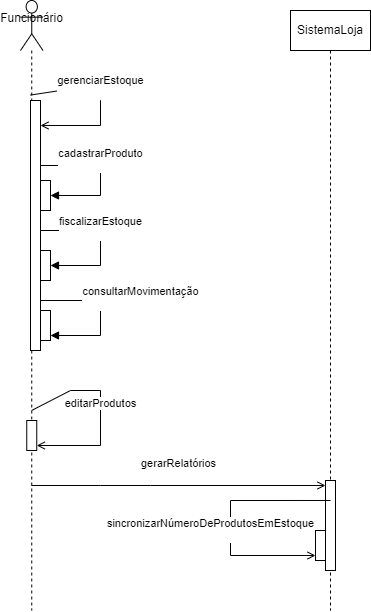
Before: Diagrama de sequência estoque.drawio.png, a diagram exported from draw.io (Zaibam/Desenvolvimento-De-Sistemas-1). Source tidied: cells renumbered, new cells last; positions are measured from the earlier drawing's top-left corner, leaving out a move shared by most shapes.
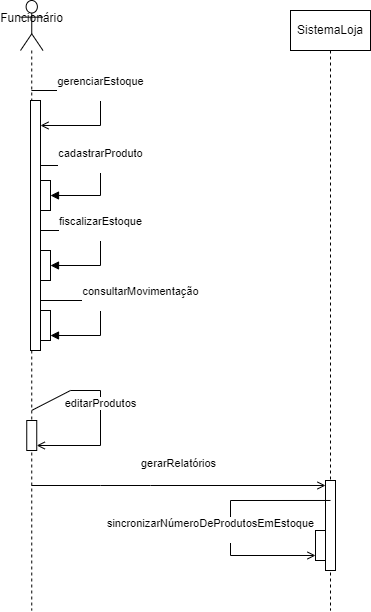
The same file after the commit.

The edit, as a diff of the source:
```diff
@@ -70,10 +70,9 @@
         </Array>
       </mxGeometry>
     </mxCell>
-    <mxCell id="14" value="gerenciarEstoque&lt;div&gt;&lt;br&gt;&lt;/div&gt;" style="html=1;verticalAlign=bottom;endArrow=open;curved=0;rounded=0;endFill=0;exitX=0.444;exitY=0.155;exitDx=0;exitDy=0;exitPerimeter=0;" parent="10" edge="1" source="10" target="11">
+    <mxCell id="14" value="gerenciarEstoque&lt;div&gt;&lt;br&gt;&lt;/div&gt;" style="html=1;verticalAlign=bottom;endArrow=open;curved=0;rounded=0;endFill=0;" parent="10" edge="1" source="10" target="11">
       <mxGeometry relative="1" as="geometry">
         <Array as="points">
-          <mxPoint x="40" y="90" />
           <mxPoint x="80" y="90" />
           <mxPoint x="80" y="100" />
           <mxPoint x="80" y="125" />
```
